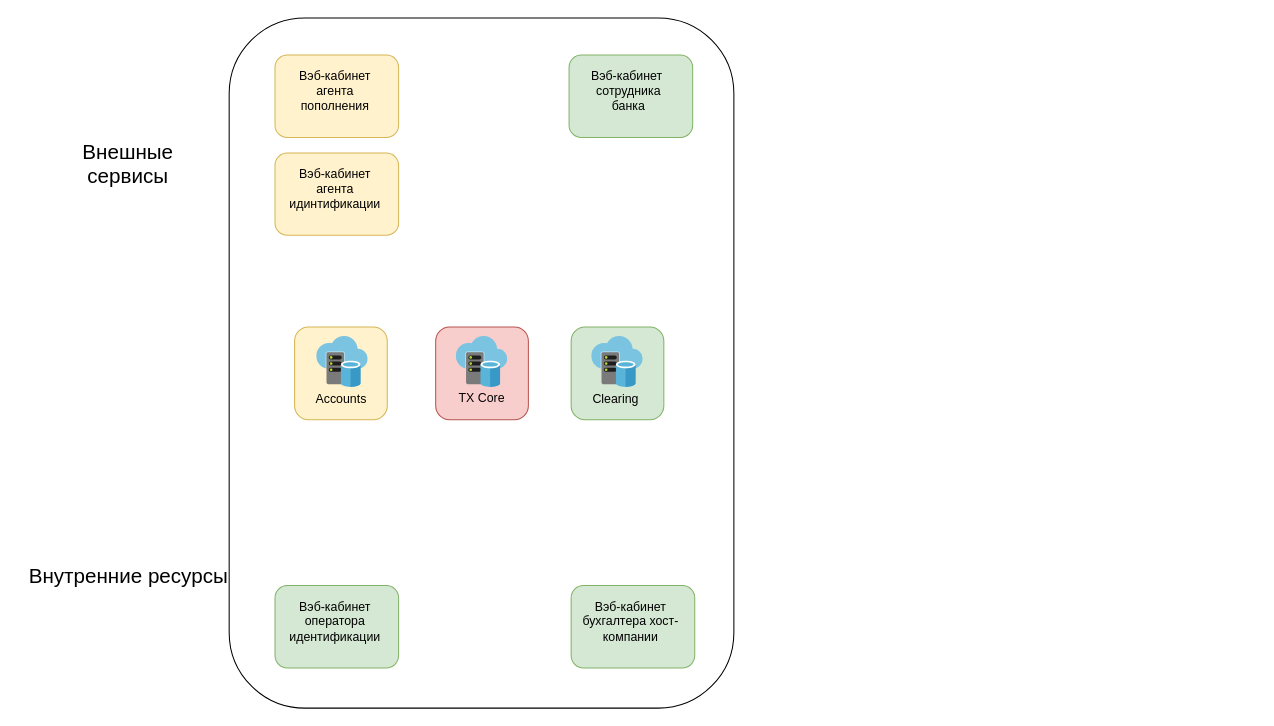
Before: prc-arch.drawio in bobomurod/schemes, a draw.io diagram. Source tidied: cells renumbered, new cells numbered last; positions are measured from the earlier drawing's top-left corner, leaving out a move shared by most shapes. Both pictures are drawn from the tidied source at 103%, with x=0, y=0 at pixel (16, 18).
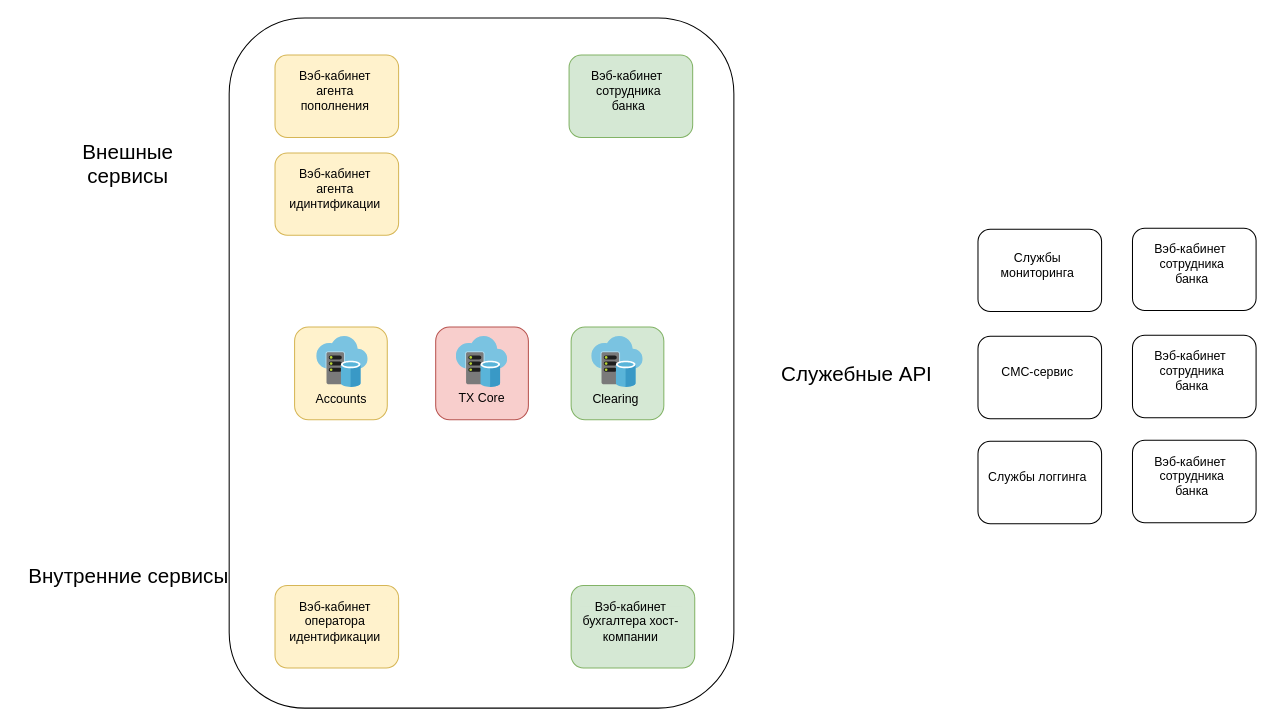
Above is the later version.

What changed in the source:
```diff
@@
-    <mxCell id="13" value="Внутренние ресурсы" style="text;html=1;strokeColor=none;fillColor=none;align=center;verticalAlign=middle;whiteSpace=wrap;rounded=0;fontSize=20;" parent="1" vertex="1">
+    <mxCell id="13" value="Внутренние сервисы" style="text;html=1;strokeColor=none;fillColor=none;align=center;verticalAlign=middle;whiteSpace=wrap;rounded=0;fontSize=20;" parent="1" vertex="1">
       <mxGeometry x="0.5" y="531" width="215" height="20" as="geometry" />
     </mxCell>
@@
-    <mxCell id="20" style="rounded=1;whiteSpace=wrap;html=1;fillColor=#d5e8d4;strokeColor=#82b366;" parent="1" vertex="1">
+    <mxCell id="20" style="rounded=1;whiteSpace=wrap;html=1;fillColor=#fff2cc;strokeColor=#d6b656;" parent="1" vertex="1">
       <mxGeometry x="250.5" y="551" width="120" height="80" as="geometry" />
     </mxCell>
-    <mxCell id="21" value="&lt;div&gt;Вэб-кабинет оператора&lt;/div&gt;&lt;div&gt; идентификации&lt;/div&gt;" style="text;html=1;strokeColor=none;fillColor=#d5e8d4;align=center;verticalAlign=middle;whiteSpace=wrap;rounded=0;" parent="1" vertex="1">
+    <mxCell id="21" value="&lt;div&gt;Вэб-кабинет оператора&lt;/div&gt;&lt;div&gt; идентификации&lt;/div&gt;" style="text;html=1;strokeColor=none;fillColor=#fff2cc;align=center;verticalAlign=middle;whiteSpace=wrap;rounded=0;" parent="1" vertex="1">
       <mxGeometry x="258.5" y="571" width="100" height="30" as="geometry" />
     </mxCell>
@@
+    <mxCell id="24" style="rounded=1;whiteSpace=wrap;html=1;" parent="1" vertex="1">
+      <mxGeometry x="933" y="309" width="120" height="80" as="geometry" />
+    </mxCell>
+    <mxCell id="25" value="СМС-сервис" style="text;html=1;strokeColor=none;fillColor=none;align=center;verticalAlign=middle;whiteSpace=wrap;rounded=0;" parent="1" vertex="1">
+      <mxGeometry x="941" y="329" width="100" height="30" as="geometry" />
+    </mxCell>
+    <mxCell id="26" value="Служебные API" style="text;html=1;strokeColor=none;fillColor=none;align=center;verticalAlign=middle;whiteSpace=wrap;rounded=0;fontSize=20;" parent="1" vertex="1">
+      <mxGeometry x="708" y="335" width="215" height="20" as="geometry" />
+    </mxCell>
+    <mxCell id="27" style="rounded=1;whiteSpace=wrap;html=1;" parent="1" vertex="1">
+      <mxGeometry x="933" y="411" width="120" height="80" as="geometry" />
+    </mxCell>
+    <mxCell id="28" value="Службы логгинга" style="text;html=1;strokeColor=none;fillColor=none;align=center;verticalAlign=middle;whiteSpace=wrap;rounded=0;" parent="1" vertex="1">
+      <mxGeometry x="941" y="431" width="100" height="30" as="geometry" />
+    </mxCell>
+    <mxCell id="29" style="rounded=1;whiteSpace=wrap;html=1;" parent="1" vertex="1">
+      <mxGeometry x="933" y="205" width="120" height="80" as="geometry" />
+    </mxCell>
+    <mxCell id="30" value="Службы мониторинга" style="text;html=1;strokeColor=none;fillColor=none;align=center;verticalAlign=middle;whiteSpace=wrap;rounded=0;" parent="1" vertex="1">
+      <mxGeometry x="941" y="225" width="100" height="30" as="geometry" />
+    </mxCell>
+    <mxCell id="31" style="rounded=1;whiteSpace=wrap;html=1;" parent="1" vertex="1">
+      <mxGeometry x="1083" y="308" width="120" height="80" as="geometry" />
+    </mxCell>
+    <mxCell id="32" value="Вэб-кабинет&amp;nbsp; сотрудника банка" style="text;html=1;strokeColor=none;fillColor=none;align=center;verticalAlign=middle;whiteSpace=wrap;rounded=0;" parent="1" vertex="1">
+      <mxGeometry x="1091" y="328" width="100" height="30" as="geometry" />
+    </mxCell>
+    <mxCell id="33" style="rounded=1;whiteSpace=wrap;html=1;" parent="1" vertex="1">
+      <mxGeometry x="1083" y="410" width="120" height="80" as="geometry" />
+    </mxCell>
+    <mxCell id="34" value="Вэб-кабинет&amp;nbsp; сотрудника банка" style="text;html=1;strokeColor=none;fillColor=none;align=center;verticalAlign=middle;whiteSpace=wrap;rounded=0;" parent="1" vertex="1">
+      <mxGeometry x="1091" y="430" width="100" height="30" as="geometry" />
+    </mxCell>
+    <mxCell id="35" style="rounded=1;whiteSpace=wrap;html=1;" parent="1" vertex="1">
+      <mxGeometry x="1083" y="204" width="120" height="80" as="geometry" />
+    </mxCell>
+    <mxCell id="36" value="Вэб-кабинет&amp;nbsp; сотрудника банка" style="text;html=1;strokeColor=none;fillColor=none;align=center;verticalAlign=middle;whiteSpace=wrap;rounded=0;" parent="1" vertex="1">
+      <mxGeometry x="1091" y="224" width="100" height="30" as="geometry" />
+    </mxCell>
```
